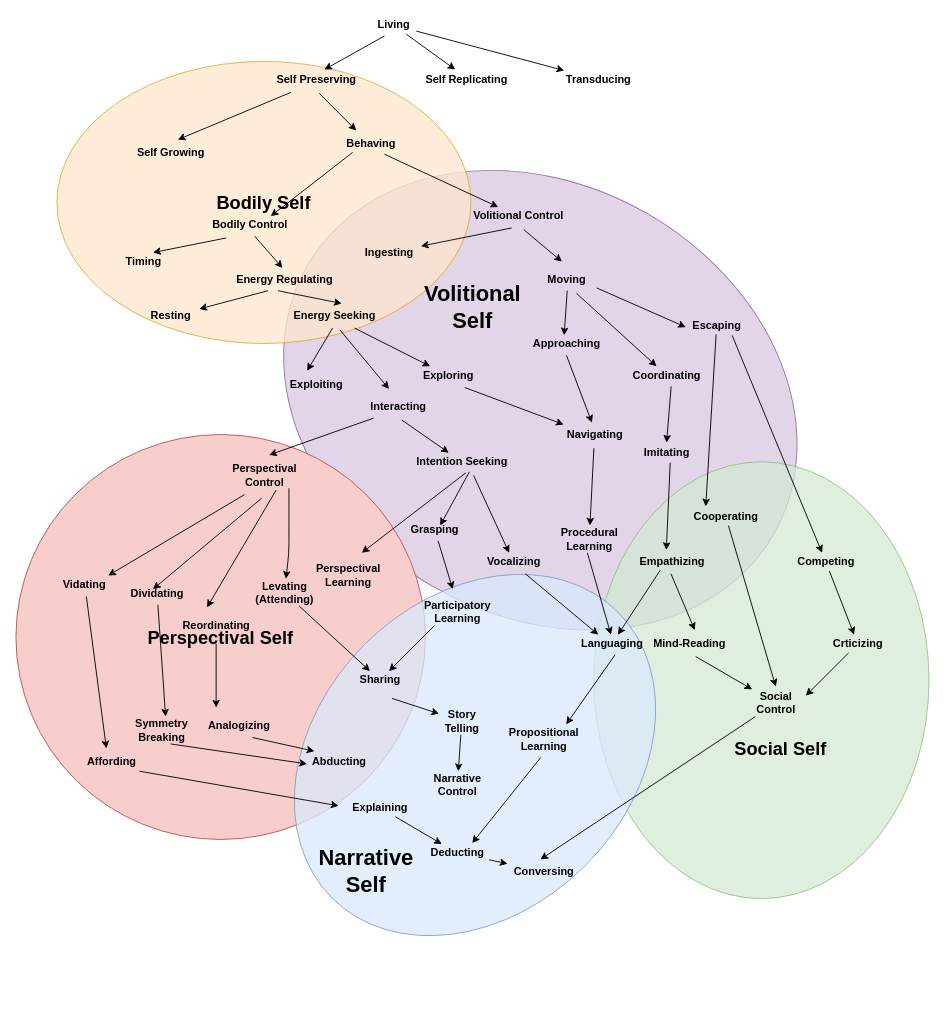
Earlier version of the draw.io diagram self_evolution.drawio (codeaudit/1). Source tidied: cells renumbered, new cells numbered last; positions are measured from the earlier drawing's top-left corner, leaving out a move shared by most shapes. Both pictures are drawn from the tidied source at 91%, with x=0, y=0 at pixel (15, 15).
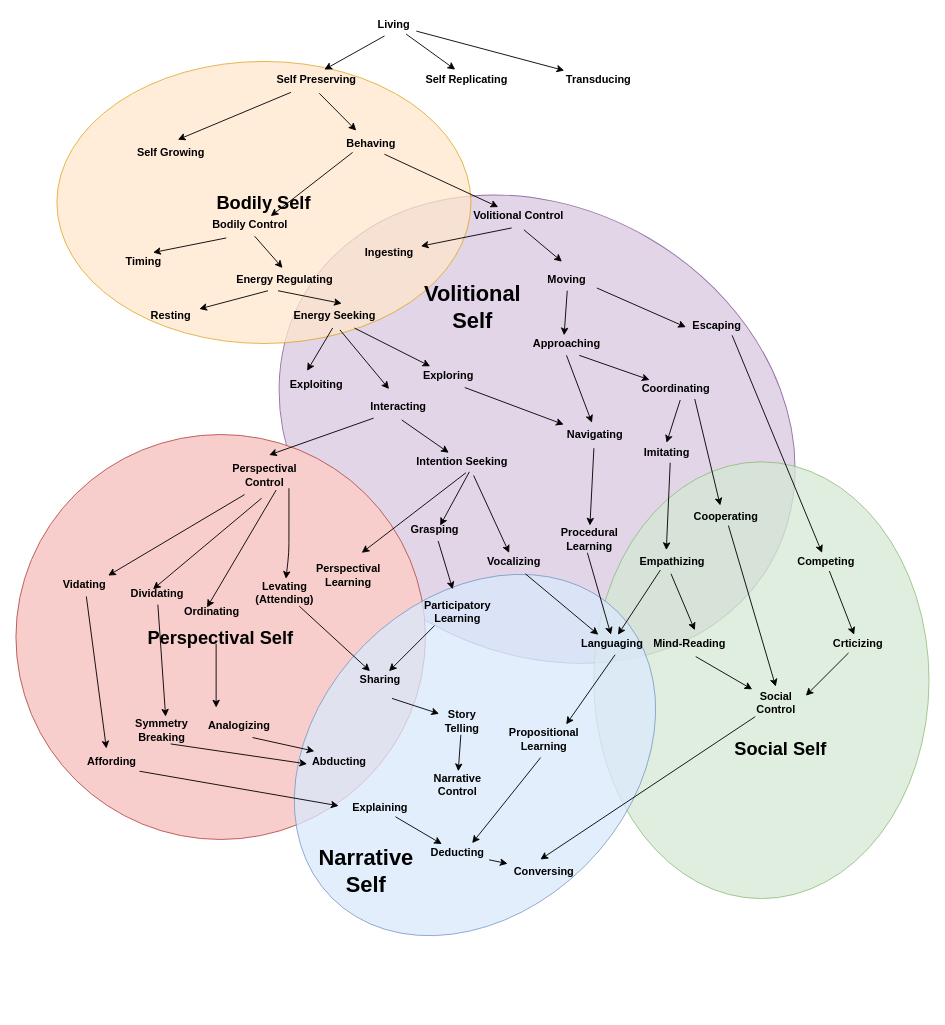
Above is the later version.

The change refers to these unchanged cells:
```xml
<mxCell id="22" value="Moving" style="text;html=1;align=center;verticalAlign=middle;points=[];fontStyle=1;" parent="1" vertex="1">
  <mxGeometry x="575" y="280" width="60" height="20" as="geometry" />
</mxCell>
<mxCell id="23" value="Escaping" style="text;html=1;align=center;verticalAlign=middle;points=[];fontStyle=1;" parent="1" vertex="1">
  <mxGeometry x="735" y="330" width="70" height="20" as="geometry" />
</mxCell>
<mxCell id="24" value="Approaching" style="text;html=1;align=center;verticalAlign=middle;points=[];fontStyle=1;" parent="1" vertex="1">
  <mxGeometry x="560" y="350" width="90" height="20" as="geometry" />
</mxCell>
<mxCell id="113" value="Cooperating" style="text;html=1;align=center;verticalAlign=middle;points=[];fontStyle=1;" parent="1" vertex="1">
  <mxGeometry x="735" y="540" width="90" height="20" as="geometry" />
</mxCell>
```

What changed in the source:
```diff
@@
     <mxCell id="2" style="ellipse;whiteSpace=wrap;html=1;rotation=30;fillColor=#e1d5e7;strokeColor=#9673a6;" parent="1" vertex="1">
-      <mxGeometry x="280.6" y="185.9" width="591.4" height="472.7" as="geometry" />
+      <mxGeometry x="277" y="210.9" width="591.4" height="486.4" as="geometry" />
     </mxCell>
@@
-    <mxCell id="31" value="Reordinating" style="text;html=1;align=center;verticalAlign=middle;fontStyle=1;" parent="1" vertex="1">
-      <mxGeometry x="175" y="660" width="90" height="20" as="geometry" />
+    <mxCell id="31" value="Ordinating" style="text;html=1;align=center;verticalAlign=middle;fontStyle=1;" parent="1" vertex="1">
+      <mxGeometry x="175" y="645" width="80" height="20" as="geometry" />
     </mxCell>
@@
     <mxCell id="37" value="Coordinating" style="text;html=1;align=center;verticalAlign=middle;points=[];fontStyle=1;" parent="1" vertex="1">
-      <mxGeometry x="670" y="385" width="90" height="20" as="geometry" />
+      <mxGeometry x="680" y="400" width="90" height="20" as="geometry" />
     </mxCell>
@@
-    <mxCell id="60" style="endArrow=none;html=1;entryX=0.686;entryY=1.25;entryDx=0;entryDy=0;entryPerimeter=0;endFill=0;startArrow=classic;startFill=1;" parent="1" edge="1" source="37" target="22">
+    <mxCell id="60" style="endArrow=none;html=1;entryX=0.656;entryY=1.15;entryDx=0;entryDy=0;entryPerimeter=0;endFill=0;startArrow=classic;startFill=1;" parent="1" edge="1" source="37" target="24">
       <mxGeometry relative="1" as="geometry" />
     </mxCell>
@@
-    <mxCell id="115" style="endArrow=classic;html=1;entryX=0.256;entryY=-0.05;entryDx=0;entryDy=0;entryPerimeter=0;" parent="1" edge="1" source="23" target="113">
+    <mxCell id="115" style="endArrow=classic;html=1;entryX=0.433;entryY=-0.1;entryDx=0;entryDy=0;entryPerimeter=0;exitX=0.733;exitY=1.05;exitDx=0;exitDy=0;exitPerimeter=0;" parent="1" edge="1" source="37" target="113">
       <mxGeometry relative="1" as="geometry" />
     </mxCell>
```
